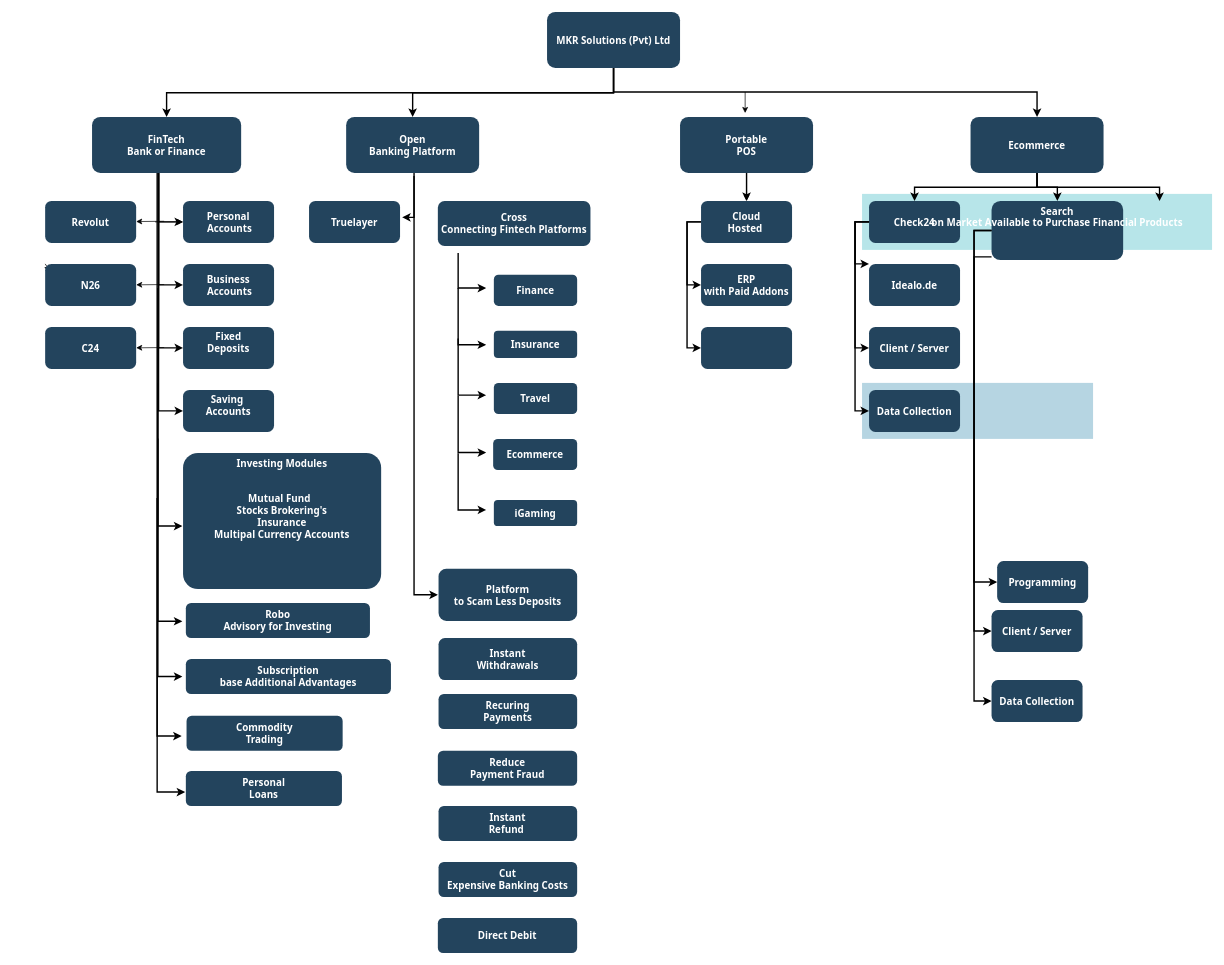
Earlier version of the draw.io diagram MKR.drawio (sachini9427/MKR). Source tidied: cells renumbered, new cells numbered last; positions are measured from the earlier drawing's top-left corner, leaving out a move shared by most shapes. Both pictures are drawn from the tidied source at 70%, with x=0, y=0 at pixel (45, 12).
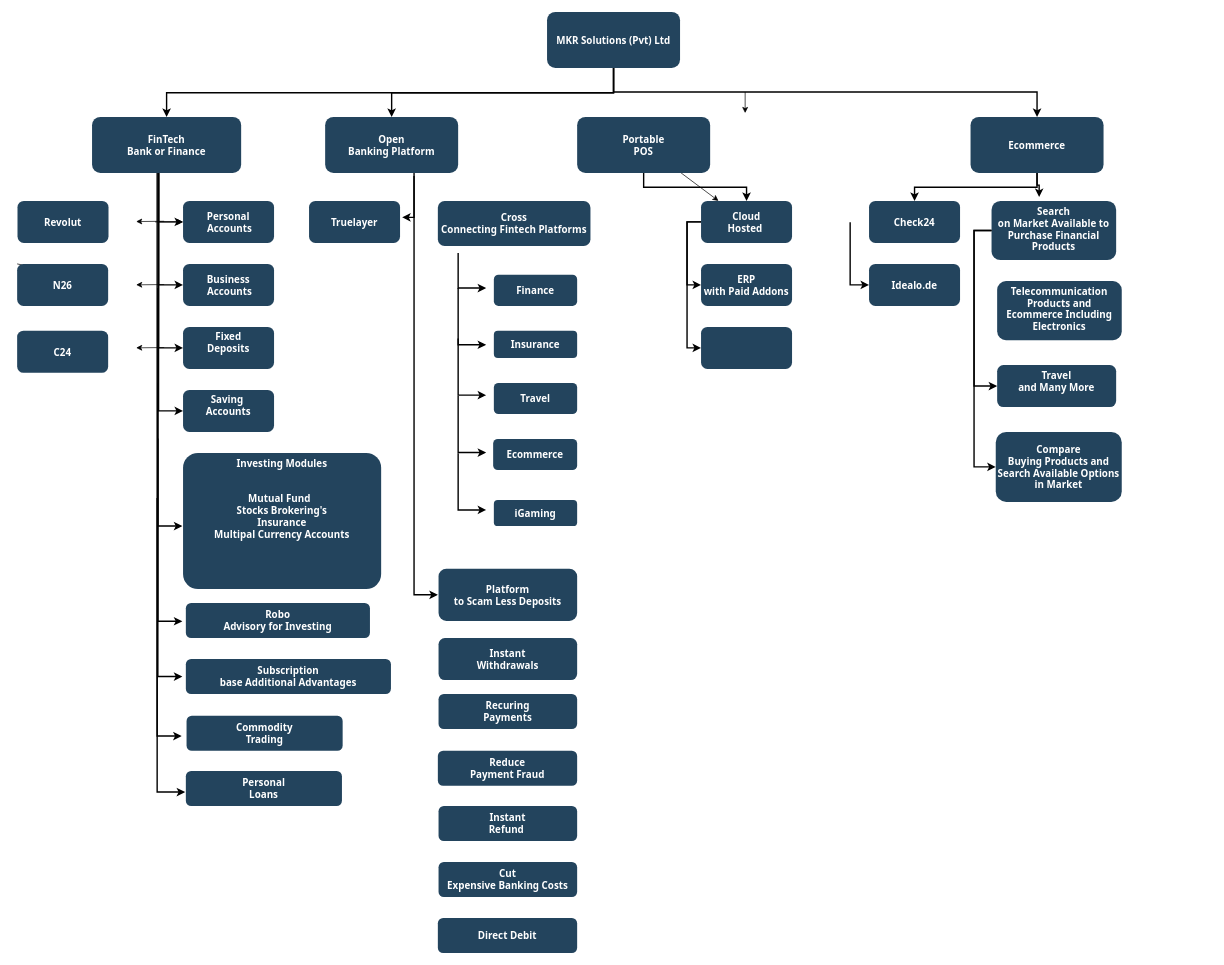
After the change.

The change refers to these unchanged cells:
```xml
<mxCell id="6" value="Ecommerce" style="rounded=1;fillColor=#23445D;gradientColor=none;strokeColor=none;fontColor=#FFFFFF;fontStyle=1;fontFamily=Tahoma;fontSize=14;" parent="1" vertex="1">
  <mxGeometry x="1322" y="149.5" width="190" height="80" as="geometry" />
</mxCell>
<mxCell id="34" value="Check24" style="rounded=1;fillColor=#23445D;gradientColor=none;strokeColor=none;fontColor=#FFFFFF;fontStyle=1;fontFamily=Tahoma;fontSize=14;" parent="1" vertex="1">
  <mxGeometry x="1177" y="269.5" width="130" height="60" as="geometry" />
</mxCell>
<mxCell id="35" value="Idealo.de" style="rounded=1;fillColor=#23445D;gradientColor=none;strokeColor=none;fontColor=#FFFFFF;fontStyle=1;fontFamily=Tahoma;fontSize=14;" parent="1" vertex="1">
  <mxGeometry x="1177" y="359.5" width="130" height="60" as="geometry" />
</mxCell>
```

What changed in the source:
```diff
@@
-    <mxCell id="2" style="fillColor=#10739E;strokeColor=none;opacity=30;" parent="1" vertex="1">
-      <mxGeometry x="1167" y="529.5" width="330" height="80" as="geometry" />
-    </mxCell>
-    <mxCell id="3" style="fillColor=#12AAB5;strokeColor=none;opacity=30;" parent="1" vertex="1">
-      <mxGeometry x="1167" y="259.5" width="500" height="80" as="geometry" />
-    </mxCell>
@@
     <mxCell id="9" value="Portable&#10;POS" style="rounded=1;fillColor=#23445D;gradientColor=none;strokeColor=none;fontColor=#FFFFFF;fontStyle=1;fontFamily=Tahoma;fontSize=14;" parent="1" vertex="1">
-      <mxGeometry x="907" y="149.5" width="190" height="80" as="geometry" />
+      <mxGeometry x="760" y="149.5" width="190" height="80" as="geometry" />
     </mxCell>
-    <mxCell id="10" value="Open&#10;Banking Platform" style="rounded=1;fillColor=#23445D;gradientColor=none;strokeColor=none;fontColor=#FFFFFF;fontStyle=1;fontFamily=Tahoma;fontSize=14;" parent="1" vertex="1">
-      <mxGeometry x="430" y="149.5" width="190" height="80" as="geometry" />
+    <mxCell id="10" value="Open&#10;Banking Platform" style="rounded=1;fillColor=#23445D;gradientColor=none;strokeColor=none;fontColor=#FFFFFF;fontStyle=1;fontFamily=Tahoma;fontSize=14;whiteSpace=wrap;" parent="1" vertex="1">
+      <mxGeometry x="400" y="149.5" width="190" height="80" as="geometry" />
     </mxCell>
@@
     <mxCell id="12" value="Revolut" style="rounded=1;fillColor=#23445D;gradientColor=none;strokeColor=none;fontColor=#FFFFFF;fontStyle=1;fontFamily=Tahoma;fontSize=14;" parent="1" vertex="1">
-      <mxGeometry y="269.5" width="130" height="60" as="geometry" />
+      <mxGeometry x="-39.5" y="269.5" width="130" height="60" as="geometry" />
     </mxCell>
@@
     <mxCell id="14" value="N26" style="rounded=1;fillColor=#23445D;gradientColor=none;strokeColor=none;fontColor=#FFFFFF;fontStyle=1;fontFamily=Tahoma;fontSize=14;" parent="1" vertex="1">
-      <mxGeometry y="359.5" width="130" height="60" as="geometry" />
+      <mxGeometry x="-40" y="359.5" width="130" height="60" as="geometry" />
     </mxCell>
@@
-    <mxCell id="16" value="Business&#10; Accounts" style="rounded=1;fillColor=#23445D;gradientColor=none;strokeColor=none;fontColor=#FFFFFF;fontStyle=1;fontFamily=Tahoma;fontSize=14;" parent="1" vertex="1">
+    <mxCell id="16" value="Business&#10; Accounts" style="rounded=1;fillColor=#23445D;gradientColor=none;strokeColor=none;fontColor=#FFFFFF;fontStyle=1;fontFamily=Tahoma;fontSize=14;whiteSpace=wrap;" parent="1" vertex="1">
       <mxGeometry x="197" y="359.5" width="130" height="60" as="geometry" />
     </mxCell>
@@
-    <mxCell id="36" value="Client / Server" style="rounded=1;fillColor=#23445D;gradientColor=none;strokeColor=none;fontColor=#FFFFFF;fontStyle=1;fontFamily=Tahoma;fontSize=14;" parent="1" vertex="1">
-      <mxGeometry x="1177" y="449.5" width="130" height="60" as="geometry" />
-    </mxCell>
-    <mxCell id="37" value="Data Collection" style="rounded=1;fillColor=#23445D;gradientColor=none;strokeColor=none;fontColor=#FFFFFF;fontStyle=1;fontFamily=Tahoma;fontSize=14;" parent="1" vertex="1">
-      <mxGeometry x="1177" y="539.5" width="130" height="60" as="geometry" />
-    </mxCell>
-    <mxCell id="38" value="Search&#10;on Market Available to Purchase Financial Products" style="rounded=1;fillColor=#23445D;gradientColor=none;strokeColor=none;fontColor=#FFFFFF;fontStyle=1;fontFamily=Tahoma;fontSize=14;verticalAlign=top;" parent="1" vertex="1">
-      <mxGeometry x="1352" y="269.5" width="188" height="84.5" as="geometry" />
+    <mxCell id="38" value="Search&#10;on Market Available to Purchase Financial Products" style="rounded=1;fillColor=#23445D;gradientColor=none;strokeColor=none;fontColor=#FFFFFF;fontStyle=1;fontFamily=Tahoma;fontSize=14;verticalAlign=top;align=center;horizontal=1;labelBackgroundColor=none;labelBorderColor=none;textShadow=0;whiteSpace=wrap;" parent="1" vertex="1">
+      <mxGeometry x="1352" y="269.5" width="178" height="84.5" as="geometry" />
     </mxCell>
-    <mxCell id="39" value="Programming" style="rounded=1;fillColor=#23445D;gradientColor=none;strokeColor=none;fontColor=#FFFFFF;fontStyle=1;fontFamily=Tahoma;fontSize=14;" parent="1" vertex="1">
-      <mxGeometry x="1360" y="784" width="130" height="60" as="geometry" />
+    <mxCell id="39" value="Compare&#10;Buying Products and Search Available Options in Market" style="rounded=1;fillColor=#23445D;gradientColor=none;strokeColor=none;fontColor=#FFFFFF;fontStyle=1;fontFamily=Tahoma;fontSize=14;whiteSpace=wrap;" parent="1" vertex="1">
+      <mxGeometry x="1358" y="599.5" width="180" height="100" as="geometry" />
     </mxCell>
-    <mxCell id="40" value="Client / Server" style="rounded=1;fillColor=#23445D;gradientColor=none;strokeColor=none;fontColor=#FFFFFF;fontStyle=1;fontFamily=Tahoma;fontSize=14;" parent="1" vertex="1">
-      <mxGeometry x="1352" y="854" width="130" height="60" as="geometry" />
-    </mxCell>
-    <mxCell id="41" value="Data Collection" style="rounded=1;fillColor=#23445D;gradientColor=none;strokeColor=none;fontColor=#FFFFFF;fontStyle=1;fontFamily=Tahoma;fontSize=14;" parent="1" vertex="1">
-      <mxGeometry x="1352" y="954" width="130" height="60" as="geometry" />
-    </mxCell>
@@
-    <mxCell id="53" style="edgeStyle=elbowEdgeStyle;elbow=horizontal;strokeWidth=2;rounded=0;" parent="1" edge="1" source="34" target="35">
+    <mxCell id="53" style="edgeStyle=elbowEdgeStyle;elbow=horizontal;strokeWidth=2;rounded=0;" parent="1" edge="1" target="35">
       <mxGeometry x="-23" y="135.5" as="geometry">
+        <mxPoint x="1150" y="300" as="sourcePoint" />
         <Array as="points">
-          <mxPoint x="1157" y="359.5" />
+          <mxPoint x="1150" y="514" />
         </Array>
       </mxGeometry>
     </mxCell>
-    <mxCell id="54" style="edgeStyle=elbowEdgeStyle;elbow=horizontal;strokeWidth=2;rounded=0;" parent="1" edge="1" source="34" target="36">
-      <mxGeometry x="-23" y="135.5" as="geometry">
-        <Array as="points">
-          <mxPoint x="1157" y="389.5" />
-        </Array>
-      </mxGeometry>
-    </mxCell>
-    <mxCell id="55" style="edgeStyle=elbowEdgeStyle;elbow=horizontal;strokeWidth=2;rounded=0;" parent="1" edge="1" source="34" target="37">
-      <mxGeometry x="-23" y="135.5" as="geometry">
-        <Array as="points">
-          <mxPoint x="1157" y="439.5" />
-        </Array>
-      </mxGeometry>
-    </mxCell>
-    <mxCell id="56" style="edgeStyle=elbowEdgeStyle;elbow=horizontal;strokeWidth=2;rounded=0;" parent="1" edge="1" source="38" target="39">
-      <mxGeometry x="-23" y="135.5" as="geometry">
-        <Array as="points">
-          <mxPoint x="1327" y="349.5" />
-        </Array>
-      </mxGeometry>
-    </mxCell>
-    <mxCell id="57" style="edgeStyle=elbowEdgeStyle;elbow=horizontal;strokeWidth=2;rounded=0;" parent="1" edge="1" source="38" target="40">
+    <mxCell id="57" style="edgeStyle=elbowEdgeStyle;elbow=horizontal;strokeWidth=2;rounded=0;entryX=0;entryY=0.5;entryDx=0;entryDy=0;" parent="1" edge="1" source="38" target="87">
       <mxGeometry x="-23" y="135.5" as="geometry">
         <Array as="points">
           <mxPoint x="1327" y="409.5" />
         </Array>
       </mxGeometry>
     </mxCell>
-    <mxCell id="58" style="edgeStyle=elbowEdgeStyle;elbow=horizontal;strokeWidth=2;rounded=0;" parent="1" edge="1" source="38" target="41">
+    <mxCell id="58" style="edgeStyle=elbowEdgeStyle;elbow=horizontal;strokeWidth=2;rounded=0;entryX=0;entryY=0.5;entryDx=0;entryDy=0;" parent="1" edge="1" source="38" target="39">
       <mxGeometry x="-23" y="135.5" as="geometry">
         <Array as="points">
           <mxPoint x="1327" y="439.5" />
         </Array>
       </mxGeometry>
     </mxCell>
@@
-    <mxCell id="60" style="edgeStyle=elbowEdgeStyle;elbow=vertical;strokeWidth=2;rounded=0;" parent="1" edge="1" source="6" target="38">
-      <mxGeometry x="-23" y="135.5" as="geometry" />
-    </mxCell>
@@
     <mxCell id="62" style="edgeStyle=elbowEdgeStyle;elbow=vertical;strokeWidth=2;rounded=0;" parent="1" edge="1" source="6">
       <mxGeometry x="-23" y="135.5" as="geometry">
-        <mxPoint x="1592" y="269.5" as="targetPoint" />
+        <mxPoint x="1420" y="264" as="targetPoint" />
       </mxGeometry>
     </mxCell>
@@
     <mxCell id="64" value="C24" style="rounded=1;fillColor=#23445D;gradientColor=none;strokeColor=none;fontColor=#FFFFFF;fontStyle=1;fontFamily=Tahoma;fontSize=14;" parent="1" vertex="1">
-      <mxGeometry y="449.5" width="130" height="60" as="geometry" />
+      <mxGeometry x="-40" y="455" width="130" height="60" as="geometry" />
     </mxCell>
@@
+    <mxCell id="86" value="Telecommunication&#10;Products and Ecommerce Including Electronics" style="rounded=1;fillColor=#23445D;gradientColor=none;strokeColor=none;fontColor=#FFFFFF;fontStyle=1;fontFamily=Tahoma;fontSize=14;verticalAlign=top;align=center;horizontal=1;labelBackgroundColor=none;labelBorderColor=none;textShadow=0;whiteSpace=wrap;" parent="1" vertex="1">
+      <mxGeometry x="1360" y="384" width="178" height="84.5" as="geometry" />
+    </mxCell>
+    <mxCell id="87" value="Travel&#10;and Many More" style="rounded=1;fillColor=#23445D;gradientColor=none;strokeColor=none;fontColor=#FFFFFF;fontStyle=1;fontFamily=Tahoma;fontSize=14;verticalAlign=top;align=center;horizontal=1;labelBackgroundColor=none;labelBorderColor=none;textShadow=0;whiteSpace=wrap;" parent="1" vertex="1">
+      <mxGeometry x="1360" y="504" width="170" height="60" as="geometry" />
+    </mxCell>
```
